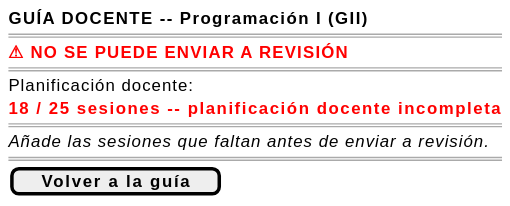
This is images/RUP/01-requisitos/03-detalle-casos-uso/enviarGuiaARevision/wireframe-error-planificacion.svg from mmasias/pyCeldaPublico, a PlantUML export, as it was before one commit. Its diagram source:
```plantuml
@startsalt enviarGuiaARevision-wireframe-error-planificacion
{
    <b>GUÍA DOCENTE -- Programación I (GII)</b>
    ====
    <color:red><b>⚠ NO SE PUEDE ENVIAR A REVISIÓN</b></color>
    ====
    Planificación docente:
    <color:red><b>18 / 25 sesiones -- planificación docente incompleta</b></color>
    ====
    <i>Añade las sesiones que faltan antes de enviar a revisión.</i>
    ====
    [ <b>Volver a la guía</b> ]
}
@endsalt
```
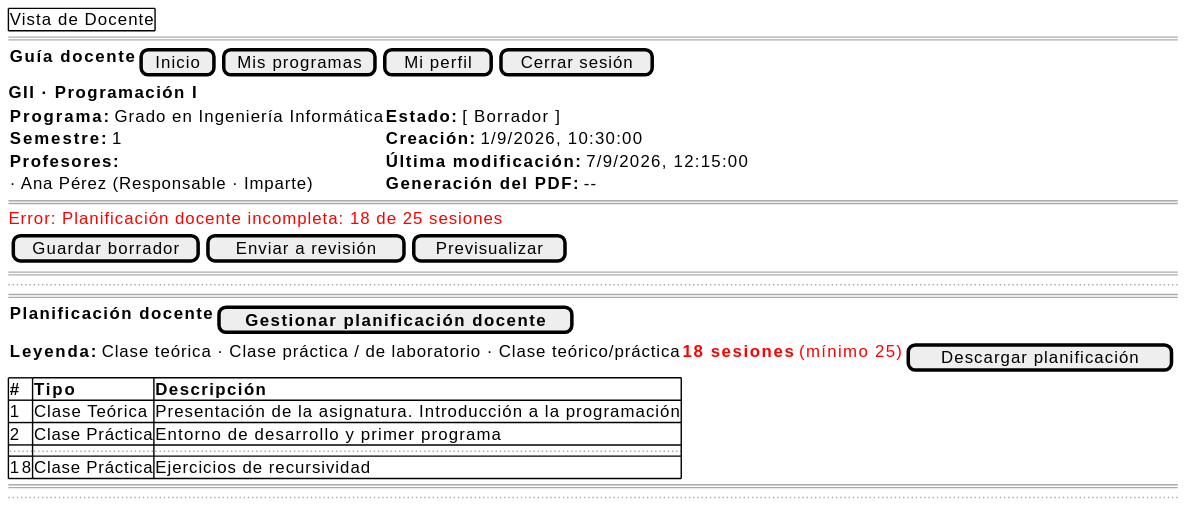
Later version of the same file.

What changed in the source:
```diff
@@ -1,14 +1,31 @@
 @startsalt enviarGuiaARevision-wireframe-error-planificacion
 {
-    <b>GUÍA DOCENTE -- Programación I (GII)</b>
+    {+ Vista de Docente }
     ====
-    <color:red><b>⚠ NO SE PUEDE ENVIAR A REVISIÓN</b></color>
+    {<b>Guía docente</b> | [Inicio] | [Mis programas] | [Mi perfil] | [Cerrar sesión]}
+    <b>GII · Programación I</b>
+    {
+        <b>Programa:</b> Grado en Ingeniería Informática | <b>Estado:</b> [ Borrador ]
+        <b>Semestre:</b> 1 | <b>Creación:</b> 1/9/2026, 10:30:00
+        <b>Profesores:</b> | <b>Última modificación:</b> 7/9/2026, 12:15:00
+        · Ana Pérez (Responsable · Imparte) | <b>Generación del PDF:</b> --
+    }
     ====
-    Planificación docente:
-    <color:red><b>18 / 25 sesiones -- planificación docente incompleta</b></color>
+    <color:red>Error: Planificación docente incompleta: 18 de 25 sesiones</color>
+    {[Guardar borrador] | [Enviar a revisión] | [Previsualizar]}
     ====
-    <i>Añade las sesiones que faltan antes de enviar a revisión.</i>
+    ...
     ====
-    [ <b>Volver a la guía</b> ]
+    {<b>Planificación docente</b> | [<b>Gestionar planificación docente</b>]}
+    {<b>Leyenda:</b> Clase teórica · Clase práctica / de laboratorio · Clase teórico/práctica | <color:red><b>18 sesiones</b> (mínimo 25)</color> | [Descargar planificación]}
+    {#
+        <b>#</b> | <b>Tipo</b> | <b>Descripción</b>
+        1 | Clase Teórica | Presentación de la asignatura. Introducción a la programación
+        2 | Clase Práctica | Entorno de desarrollo y primer programa
+        ... | ... | ...
+        18 | Clase Práctica | Ejercicios de recursividad
+    }
+    ====
+    ...
 }
 @endsalt
```
